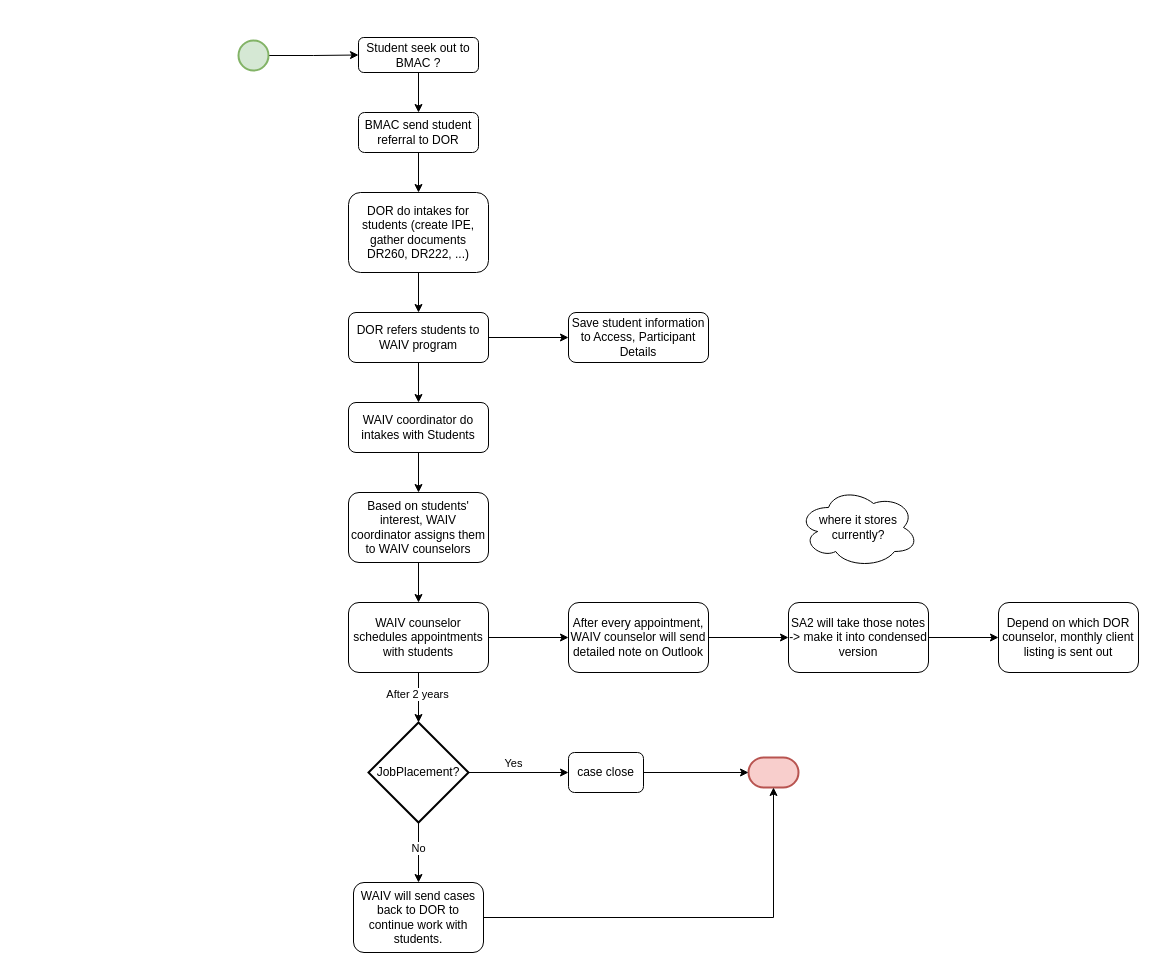
This is waivWorkflow.drawio from markqle/waiv, a draw.io file, before an edit. Source tidied: cells renumbered, new cells numbered last; positions are measured from the earlier drawing's top-left corner, leaving out a move shared by most shapes. Both pictures are drawn from the tidied source at 100%, with x=0, y=0 at pixel (238, 37).
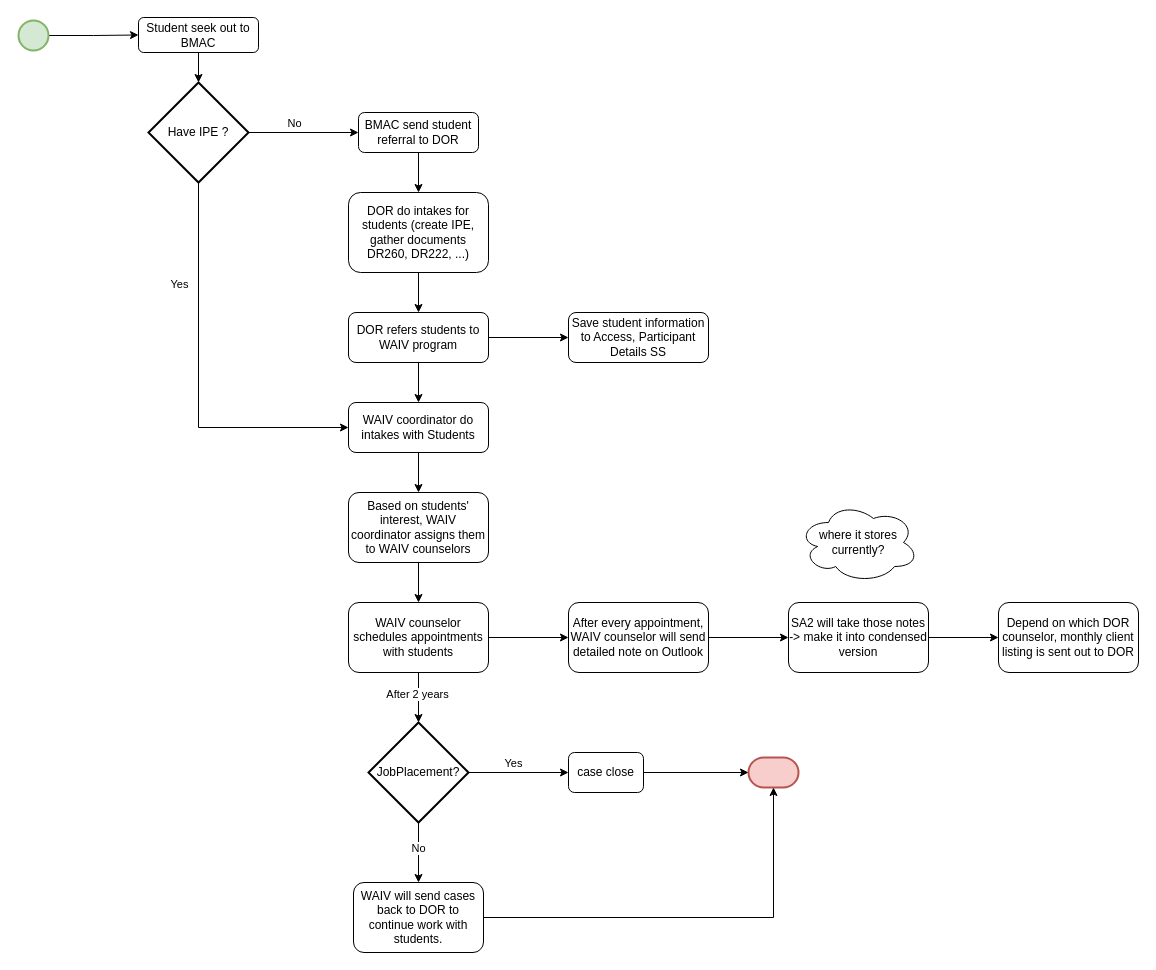
The same page after the edit.

Unchanged cells that the change refers to:
```xml
<mxCell id="3" value="BMAC send student referral to DOR" style="rounded=1;whiteSpace=wrap;html=1;fontSize=12;glass=0;strokeWidth=1;shadow=0;" parent="1" vertex="1">
  <mxGeometry x="120" y="75" width="120" height="40" as="geometry" />
</mxCell>
<mxCell id="9" value="DOR do intakes for students (create IPE, gather documents DR260, DR222, ...)" style="rounded=1;whiteSpace=wrap;html=1;fontSize=12;glass=0;strokeWidth=1;shadow=0;" parent="1" vertex="1">
  <mxGeometry x="110" y="155" width="140" height="80" as="geometry" />
</mxCell>
<mxCell id="14" value="WAIV coordinator do intakes with Students" style="rounded=1;whiteSpace=wrap;html=1;fontSize=12;glass=0;strokeWidth=1;shadow=0;" parent="1" vertex="1">
  <mxGeometry x="110" y="365" width="140" height="50" as="geometry" />
</mxCell>
```

The edit, as a diff of the source:
```diff
@@
-    <mxCell id="2" style="edgeStyle=orthogonalEdgeStyle;rounded=0;jettySize=auto;html=1;" parent="1" edge="1" source="3" target="9">
+    <mxCell id="2" style="edgeStyle=orthogonalEdgeStyle;rounded=0;jettySize=auto;html=1;exitX=0.5;exitY=1;exitDx=0;exitDy=0;entryX=0.5;entryY=0;entryDx=0;entryDy=0;" parent="1" edge="1" source="3" target="9">
       <mxGeometry relative="1" as="geometry" />
     </mxCell>
@@
     <mxCell id="5" style="strokeWidth=2;html=1;shape=mxgraph.flowchart.start_2;whiteSpace=wrap;fillColor=#d5e8d4;strokeColor=#82b366;" parent="1" vertex="1">
-      <mxGeometry y="3" width="30" height="30" as="geometry" />
+      <mxGeometry x="-220" y="-17" width="30" height="30" as="geometry" />
     </mxCell>
-    <mxCell id="6" style="edgeStyle=orthogonalEdgeStyle;rounded=0;jettySize=auto;html=1;exitX=0.5;exitY=1;exitDx=0;exitDy=0;entryX=0.5;entryY=0;entryDx=0;entryDy=0;" parent="1" edge="1" source="7" target="3">
-      <mxGeometry relative="1" as="geometry" />
-    </mxCell>
-    <mxCell id="7" value="Student seek out to BMAC ?" style="rounded=1;whiteSpace=wrap;html=1;" parent="1" vertex="1">
-      <mxGeometry x="120" width="120" height="35" as="geometry" />
+    <mxCell id="7" value="Student seek out to BMAC" style="rounded=1;whiteSpace=wrap;html=1;" parent="1" vertex="1">
+      <mxGeometry x="-100" y="-20" width="120" height="35" as="geometry" />
     </mxCell>
@@
-    <mxCell id="15" value="Save student information to Access, Participant Details" style="rounded=1;whiteSpace=wrap;html=1;fontSize=12;glass=0;strokeWidth=1;shadow=0;" parent="1" vertex="1">
+    <mxCell id="15" value="Save student information to Access, Participant Details SS" style="rounded=1;whiteSpace=wrap;html=1;fontSize=12;glass=0;strokeWidth=1;shadow=0;" parent="1" vertex="1">
       <mxGeometry x="330" y="275" width="140" height="50" as="geometry" />
     </mxCell>
@@
-    <mxCell id="25" value="Depend on which DOR counselor, monthly client listing is sent out" style="rounded=1;whiteSpace=wrap;html=1;fontSize=12;glass=0;strokeWidth=1;shadow=0;" parent="1" vertex="1">
+    <mxCell id="25" value="Depend on which DOR counselor, monthly client listing is sent out to DOR" style="rounded=1;whiteSpace=wrap;html=1;fontSize=12;glass=0;strokeWidth=1;shadow=0;" parent="1" vertex="1">
       <mxGeometry x="760" y="565" width="140" height="70" as="geometry" />
     </mxCell>
@@
     <mxCell id="37" value="where it stores currently?" style="ellipse;shape=cloud;whiteSpace=wrap;html=1;" parent="1" vertex="1">
-      <mxGeometry x="560" y="450" width="120" height="80" as="geometry" />
+      <mxGeometry x="560" y="465" width="120" height="80" as="geometry" />
     </mxCell>
+    <mxCell id="38" style="edgeStyle=orthogonalEdgeStyle;rounded=0;jettySize=auto;html=1;exitX=1;exitY=0.5;exitDx=0;exitDy=0;exitPerimeter=0;entryX=0;entryY=0.5;entryDx=0;entryDy=0;" parent="1" edge="1" source="42" target="3">
+      <mxGeometry relative="1" as="geometry" />
+    </mxCell>
+    <mxCell id="39" value="No" style="edgeLabel;html=1;align=center;verticalAlign=middle;" parent="38" vertex="1">
+      <mxGeometry x="-0.18" y="-1" relative="1" as="geometry">
+        <mxPoint y="-11" as="offset" />
+      </mxGeometry>
+    </mxCell>
+    <mxCell id="40" style="edgeStyle=orthogonalEdgeStyle;rounded=0;jettySize=auto;html=1;exitX=0.5;exitY=1;exitDx=0;exitDy=0;exitPerimeter=0;entryX=0;entryY=0.5;entryDx=0;entryDy=0;" parent="1" edge="1" source="42" target="14">
+      <mxGeometry relative="1" as="geometry" />
+    </mxCell>
+    <mxCell id="41" value="Yes" style="edgeLabel;html=1;align=center;verticalAlign=middle;" parent="40" vertex="1">
+      <mxGeometry x="-0.49" y="-1" relative="1" as="geometry">
+        <mxPoint x="-19" as="offset" />
+      </mxGeometry>
+    </mxCell>
+    <mxCell id="42" value="Have IPE ?" style="strokeWidth=2;html=1;shape=mxgraph.flowchart.decision;whiteSpace=wrap;" parent="1" vertex="1">
+      <mxGeometry x="-90" y="45" width="100" height="100" as="geometry" />
+    </mxCell>
+    <mxCell id="43" style="edgeStyle=orthogonalEdgeStyle;rounded=0;jettySize=auto;html=1;exitX=0.5;exitY=1;exitDx=0;exitDy=0;entryX=0.5;entryY=0;entryDx=0;entryDy=0;entryPerimeter=0;" parent="1" edge="1" source="7" target="42">
+      <mxGeometry relative="1" as="geometry" />
+    </mxCell>
```
